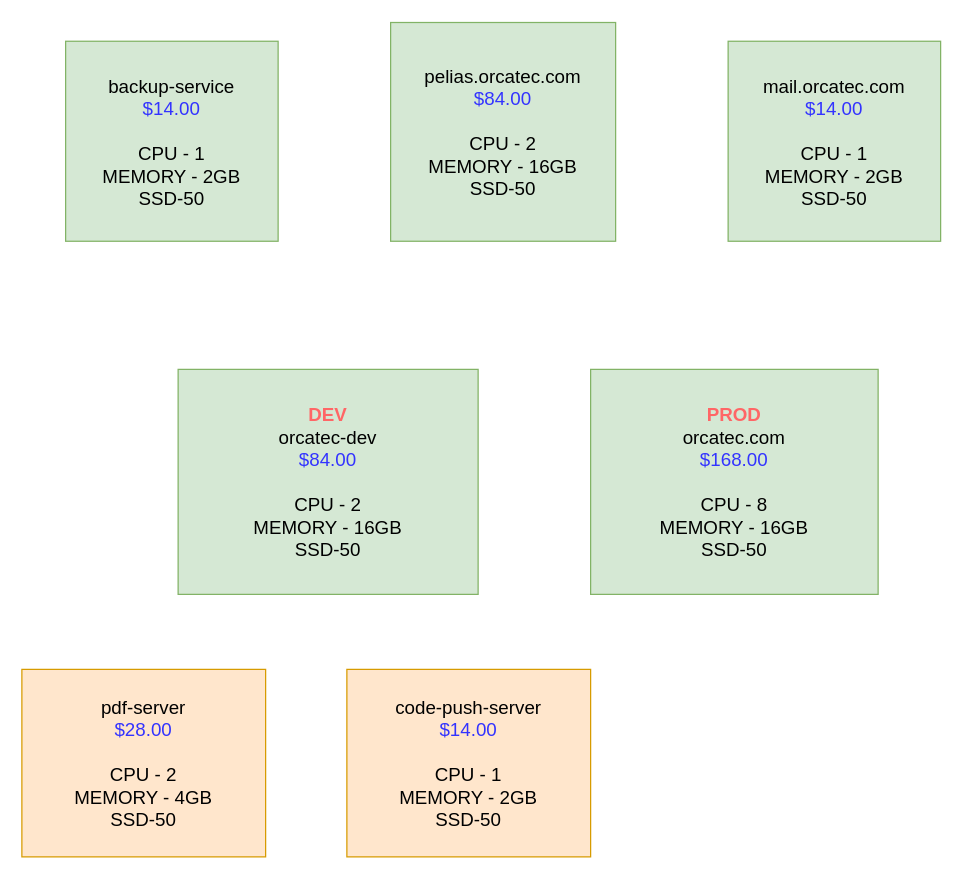
Before: Untitled Diagram.drawio in Andrey1988v/Order-and-Payment-Process-Flow, a draw.io diagram. Source tidied: cells renumbered, new cells numbered last; positions are measured from the earlier drawing's top-left corner, leaving out a move shared by most shapes. Both pictures are drawn from the tidied source at 125%, with x=0, y=0 at pixel (21, 21).
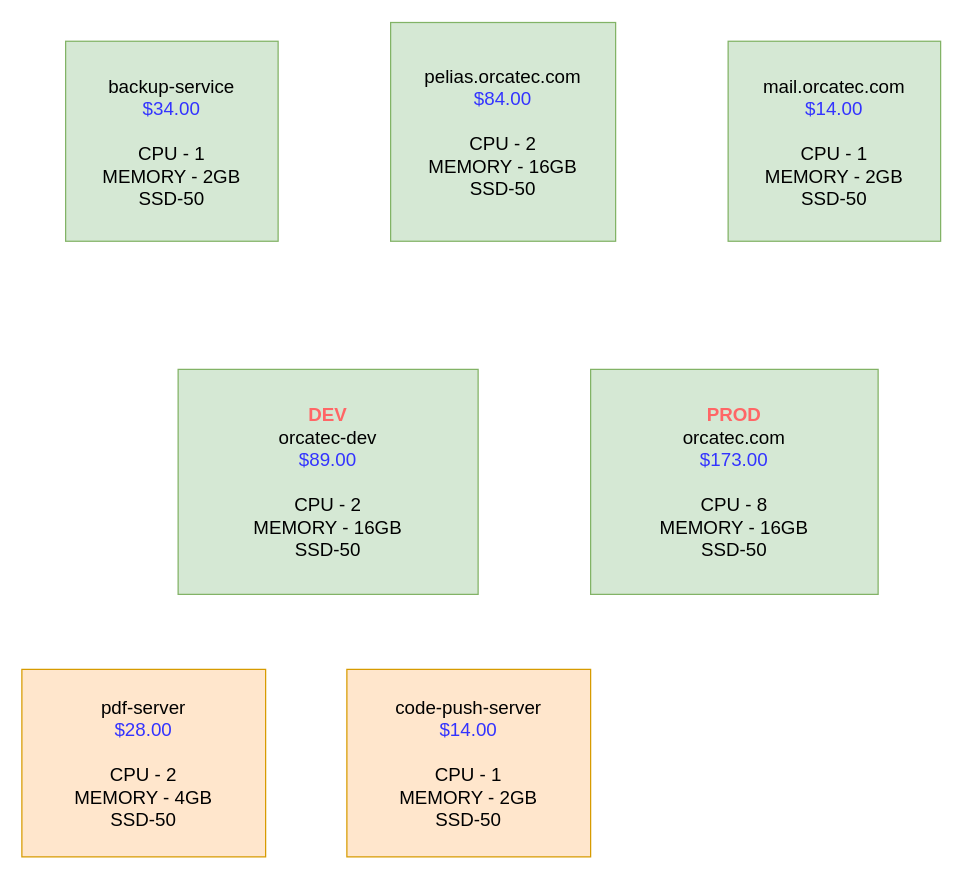
The same diagram, later.

The edit, as a diff of the source:
```diff
@@
 <mxGraphModel>
   <root>
     <mxCell id="0" />
     <mxCell id="1" parent="0" />
-    <mxCell id="2" value="&lt;font style=&quot;font-size: 15px;&quot;&gt;backup-service&lt;br&gt;&lt;/font&gt;&lt;font style=&quot;font-size: 15px; color: rgb(51, 51, 255);&quot;&gt;$14.00&lt;br&gt;&lt;br&gt;&lt;span style=&quot;color: rgb(0, 0, 0);&quot;&gt;CPU - 1&lt;/span&gt;&lt;br style=&quot;color: rgb(0, 0, 0);&quot;&gt;&lt;span style=&quot;color: rgb(0, 0, 0);&quot;&gt;MEMORY - 2GB&lt;/span&gt;&lt;br style=&quot;color: rgb(0, 0, 0);&quot;&gt;&lt;span style=&quot;color: rgb(0, 0, 0);&quot;&gt;SSD-50&lt;/span&gt;&lt;/font&gt;" style="html=1;whiteSpace=wrap;fillColor=#d5e8d4;strokeColor=#82b366;" parent="1" vertex="1">
+    <mxCell id="2" value="&lt;font style=&quot;font-size: 15px;&quot;&gt;backup-service&lt;br&gt;&lt;/font&gt;&lt;font style=&quot;font-size: 15px; color: rgb(51, 51, 255);&quot;&gt;$34.00&lt;br&gt;&lt;br&gt;&lt;span style=&quot;color: rgb(0, 0, 0);&quot;&gt;CPU - 1&lt;/span&gt;&lt;br style=&quot;color: rgb(0, 0, 0);&quot;&gt;&lt;span style=&quot;color: rgb(0, 0, 0);&quot;&gt;MEMORY - 2GB&lt;/span&gt;&lt;br style=&quot;color: rgb(0, 0, 0);&quot;&gt;&lt;span style=&quot;color: rgb(0, 0, 0);&quot;&gt;SSD-50&lt;/span&gt;&lt;/font&gt;" style="html=1;whiteSpace=wrap;fillColor=#d5e8d4;strokeColor=#82b366;" parent="1" vertex="1">
       <mxGeometry x="35" y="15.5" width="170" height="160" as="geometry" />
     </mxCell>
     <mxCell id="3" value="&lt;font style=&quot;font-size: 15px;&quot;&gt;mail.orcatec.com&lt;br&gt;&lt;/font&gt;&lt;span style=&quot;color: rgb(51, 51, 255); font-size: 15px;&quot;&gt;$14.00&lt;br&gt;&lt;br&gt;&lt;span style=&quot;color: rgb(0, 0, 0);&quot;&gt;CPU - 1&lt;/span&gt;&lt;br style=&quot;color: rgb(0, 0, 0);&quot;&gt;&lt;span style=&quot;color: rgb(0, 0, 0);&quot;&gt;MEMORY - 2GB&lt;/span&gt;&lt;br style=&quot;color: rgb(0, 0, 0);&quot;&gt;&lt;span style=&quot;color: rgb(0, 0, 0);&quot;&gt;SSD-50&lt;/span&gt;&lt;/span&gt;" style="html=1;whiteSpace=wrap;fillColor=#d5e8d4;strokeColor=#82b366;" parent="1" vertex="1">
       <mxGeometry x="565" y="15.5" width="170" height="160" as="geometry" />
     </mxCell>
-    <mxCell id="4" value="&lt;font style=&quot;font-size: 15px;&quot;&gt;&lt;font color=&quot;#ff6666&quot;&gt;&lt;b&gt;DEV&lt;/b&gt;&lt;/font&gt;&lt;br&gt;orcatec-dev&lt;br&gt;&lt;/font&gt;&lt;span style=&quot;color: rgb(51, 51, 255); font-size: 15px;&quot;&gt;$84.00&lt;br&gt;&lt;br&gt;&lt;span style=&quot;color: rgb(0, 0, 0);&quot;&gt;CPU - 2&lt;/span&gt;&lt;br style=&quot;color: rgb(0, 0, 0);&quot;&gt;&lt;span style=&quot;color: rgb(0, 0, 0);&quot;&gt;MEMORY - 16GB&lt;/span&gt;&lt;br style=&quot;color: rgb(0, 0, 0);&quot;&gt;&lt;span style=&quot;color: rgb(0, 0, 0);&quot;&gt;SSD-50&lt;/span&gt;&lt;/span&gt;" style="html=1;whiteSpace=wrap;fillColor=#d5e8d4;strokeColor=#82b366;" parent="1" vertex="1">
+    <mxCell id="4" value="&lt;font style=&quot;font-size: 15px;&quot;&gt;&lt;font color=&quot;#ff6666&quot;&gt;&lt;b&gt;DEV&lt;/b&gt;&lt;/font&gt;&lt;br&gt;orcatec-dev&lt;br&gt;&lt;/font&gt;&lt;span style=&quot;color: rgb(51, 51, 255); font-size: 15px;&quot;&gt;$89.00&lt;br&gt;&lt;br&gt;&lt;span style=&quot;color: rgb(0, 0, 0);&quot;&gt;CPU - 2&lt;/span&gt;&lt;br style=&quot;color: rgb(0, 0, 0);&quot;&gt;&lt;span style=&quot;color: rgb(0, 0, 0);&quot;&gt;MEMORY - 16GB&lt;/span&gt;&lt;br style=&quot;color: rgb(0, 0, 0);&quot;&gt;&lt;span style=&quot;color: rgb(0, 0, 0);&quot;&gt;SSD-50&lt;/span&gt;&lt;/span&gt;" style="html=1;whiteSpace=wrap;fillColor=#d5e8d4;strokeColor=#82b366;" parent="1" vertex="1">
       <mxGeometry x="125" y="278" width="240" height="180" as="geometry" />
     </mxCell>
-    <mxCell id="5" value="&lt;font style=&quot;font-size: 15px;&quot;&gt;&lt;font style=&quot;color: rgb(255, 102, 102);&quot;&gt;&lt;b&gt;PROD&lt;/b&gt;&lt;/font&gt;&lt;br&gt;orcatec.com&lt;br&gt;&lt;/font&gt;&lt;span style=&quot;color: rgb(51, 51, 255); font-size: 15px;&quot;&gt;$168.00&lt;br&gt;&lt;br&gt;&lt;span style=&quot;color: rgb(0, 0, 0);&quot;&gt;CPU - 8&lt;/span&gt;&lt;br style=&quot;color: rgb(0, 0, 0);&quot;&gt;&lt;span style=&quot;color: rgb(0, 0, 0);&quot;&gt;MEMORY - 16GB&lt;/span&gt;&lt;br style=&quot;color: rgb(0, 0, 0);&quot;&gt;&lt;span style=&quot;color: rgb(0, 0, 0);&quot;&gt;SSD-50&lt;/span&gt;&lt;/span&gt;" style="html=1;whiteSpace=wrap;fillColor=#d5e8d4;strokeColor=#82b366;" parent="1" vertex="1">
+    <mxCell id="5" value="&lt;font style=&quot;font-size: 15px;&quot;&gt;&lt;font style=&quot;color: rgb(255, 102, 102);&quot;&gt;&lt;b&gt;PROD&lt;/b&gt;&lt;/font&gt;&lt;br&gt;orcatec.com&lt;br&gt;&lt;/font&gt;&lt;span style=&quot;color: rgb(51, 51, 255); font-size: 15px;&quot;&gt;$173.00&lt;br&gt;&lt;br&gt;&lt;span style=&quot;color: rgb(0, 0, 0);&quot;&gt;CPU - 8&lt;/span&gt;&lt;br style=&quot;color: rgb(0, 0, 0);&quot;&gt;&lt;span style=&quot;color: rgb(0, 0, 0);&quot;&gt;MEMORY - 16GB&lt;/span&gt;&lt;br style=&quot;color: rgb(0, 0, 0);&quot;&gt;&lt;span style=&quot;color: rgb(0, 0, 0);&quot;&gt;SSD-50&lt;/span&gt;&lt;/span&gt;" style="html=1;whiteSpace=wrap;fillColor=#d5e8d4;strokeColor=#82b366;" parent="1" vertex="1">
       <mxGeometry x="455" y="278" width="230" height="180" as="geometry" />
     </mxCell>
     <mxCell id="6" value="&lt;font&gt;&lt;font style=&quot;font-size: 15px;&quot;&gt;&lt;font style=&quot;color: rgb(0, 0, 0);&quot;&gt;pelias.orcatec.com&lt;/font&gt;&lt;br&gt;&lt;/font&gt;&lt;span style=&quot;font-size: 15px;&quot;&gt;&lt;font style=&quot;color: light-dark(rgb(51, 51, 255), rgb(237, 237, 237));&quot;&gt;$84.00&lt;/font&gt;&lt;br&gt;&lt;br&gt;&lt;font style=&quot;color: rgb(0, 0, 0);&quot;&gt;CPU - 2&lt;br&gt;MEMORY - 16GB&lt;br&gt;SSD-50&lt;/font&gt;&lt;/span&gt;&lt;/font&gt;" style="html=1;whiteSpace=wrap;fillColor=#d5e8d4;strokeColor=#82b366;" parent="1" vertex="1">
       <mxGeometry x="295" y="0.5" width="180" height="175" as="geometry" />
     </mxCell>
     <mxCell id="7" value="&lt;font style=&quot;font-size: 15px;&quot;&gt;pdf-server&lt;br&gt;&lt;/font&gt;&lt;span style=&quot;color: rgb(51, 51, 255); font-size: 15px;&quot;&gt;$28.00&lt;br&gt;&lt;br&gt;&lt;span style=&quot;color: rgb(0, 0, 0);&quot;&gt;CPU - 2&lt;/span&gt;&lt;br style=&quot;color: rgb(0, 0, 0);&quot;&gt;&lt;span style=&quot;color: rgb(0, 0, 0);&quot;&gt;MEMORY - 4GB&lt;/span&gt;&lt;br style=&quot;color: rgb(0, 0, 0);&quot;&gt;&lt;span style=&quot;color: rgb(0, 0, 0);&quot;&gt;SSD-50&lt;/span&gt;&lt;/span&gt;" style="html=1;whiteSpace=wrap;fillColor=#ffe6cc;strokeColor=#d79b00;" parent="1" vertex="1">
       <mxGeometry y="518" width="195" height="150" as="geometry" />
     </mxCell>
     <mxCell id="8" value="&lt;font style=&quot;font-size: 15px;&quot;&gt;code-push-server&lt;br&gt;&lt;/font&gt;&lt;span style=&quot;color: rgb(51, 51, 255); font-size: 15px;&quot;&gt;$14.00&lt;br&gt;&lt;br&gt;&lt;span style=&quot;color: rgb(0, 0, 0);&quot;&gt;CPU - 1&lt;/span&gt;&lt;br style=&quot;color: rgb(0, 0, 0);&quot;&gt;&lt;span style=&quot;color: rgb(0, 0, 0);&quot;&gt;MEMORY - 2GB&lt;/span&gt;&lt;br style=&quot;color: rgb(0, 0, 0);&quot;&gt;&lt;span style=&quot;color: rgb(0, 0, 0);&quot;&gt;SSD-50&lt;/span&gt;&lt;/span&gt;" style="html=1;whiteSpace=wrap;fillColor=#ffe6cc;strokeColor=#d79b00;" parent="1" vertex="1">
       <mxGeometry x="260" y="518" width="195" height="150" as="geometry" />
     </mxCell>
   </root>
 </mxGraphModel>
```
